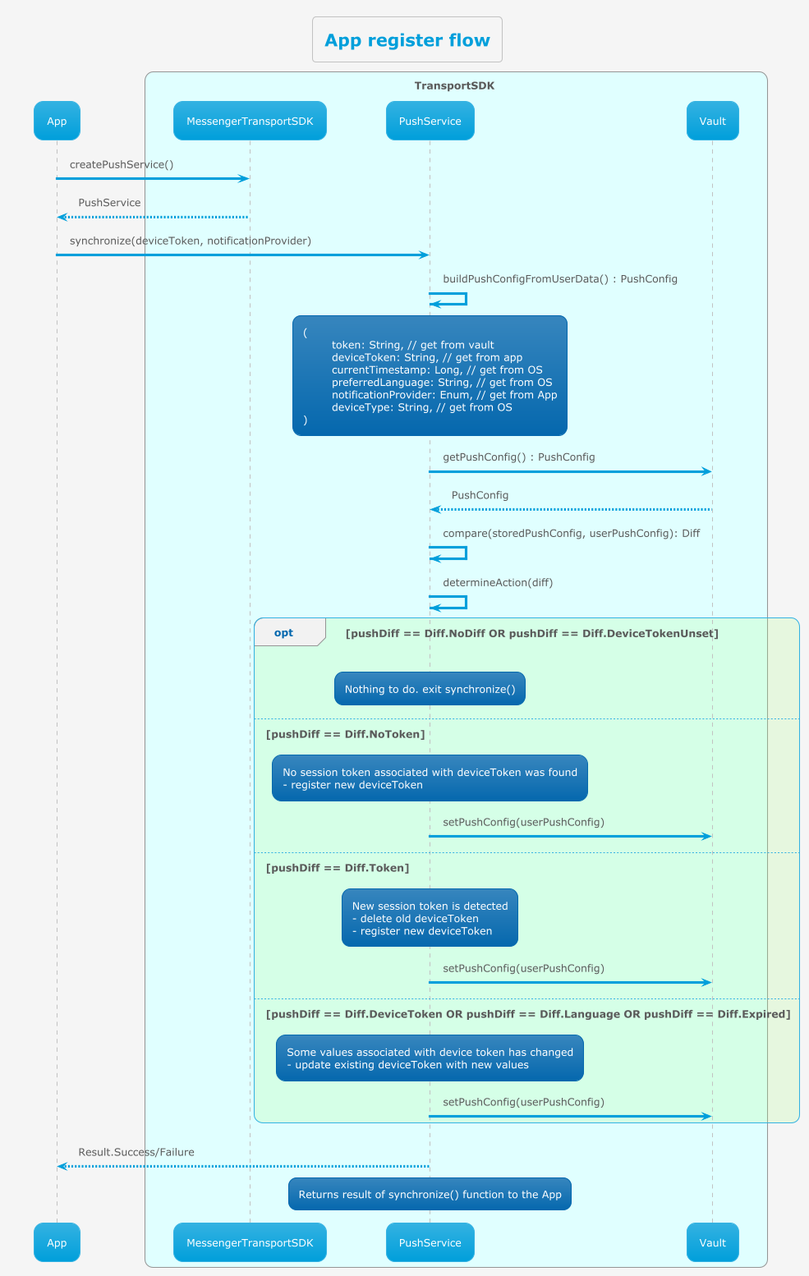
MyPureCloud/genesys-messenger-transport-mobile-sdk keeps this PlantUML diagram as transport/uml/push/app_push_flow-App_register_flow.png. Above is the earlier version. Its diagram source:
```plantuml
@startuml

!theme bluegray
!pragma teoz true


skinparam backgroundColor #whitesmoke
title App register flow

participant App
box TransportSDK #lightcyan
participant MessengerTransportSDK
participant PushService
participant Vault

end box

	App -> MessengerTransportSDK : createPushService()
	MessengerTransportSDK --> App : PushService
	App -> PushService : synchronize(deviceToken, notificationProvider)
	PushService -> PushService : buildPushConfigFromUserData() : PushConfig
		rnote over PushService
    	(
    		token: String, // get from vault
    		deviceToken: String, // get from app
    		currentTimestamp: Long, // get from OS
    		preferredLanguage: String, // get from OS
    		notificationProvider: Enum, // get from App
    		deviceType: String, // get from OS
    	)
    	end rnote

	PushService -> Vault : getPushConfig() : PushConfig
	Vault --> PushService : PushConfig
    PushService -> PushService : compare(storedPushConfig, userPushConfig): Diff
	PushService -> PushService : determineAction(diff)

    opt #aaff8833 pushDiff == Diff.NoDiff OR pushDiff == Diff.DeviceTokenUnset
         rnote over PushService
         Nothing to do. exit synchronize()
         end rnote
	else pushDiff == Diff.NoToken
	    rnote over PushService
        No session token associated with deviceToken was found
        - register new deviceToken
        end rnote
        PushService -> Vault : setPushConfig(userPushConfig)
    else pushDiff == Diff.Token
        rnote over PushService
        New session token is detected
        - delete old deviceToken
        - register new deviceToken
        end rnote
        PushService -> Vault : setPushConfig(userPushConfig)
    else pushDiff == Diff.DeviceToken OR pushDiff == Diff.Language OR pushDiff == Diff.Expired
        rnote over PushService
        Some values associated with device token has changed
        - update existing deviceToken with new values
        end rnote
        PushService -> Vault : setPushConfig(userPushConfig)
    end
    PushService --> App : Result.Success/Failure
    rnote over PushService
    Returns result of synchronize() function to the App
    end rnote
@enduml
```
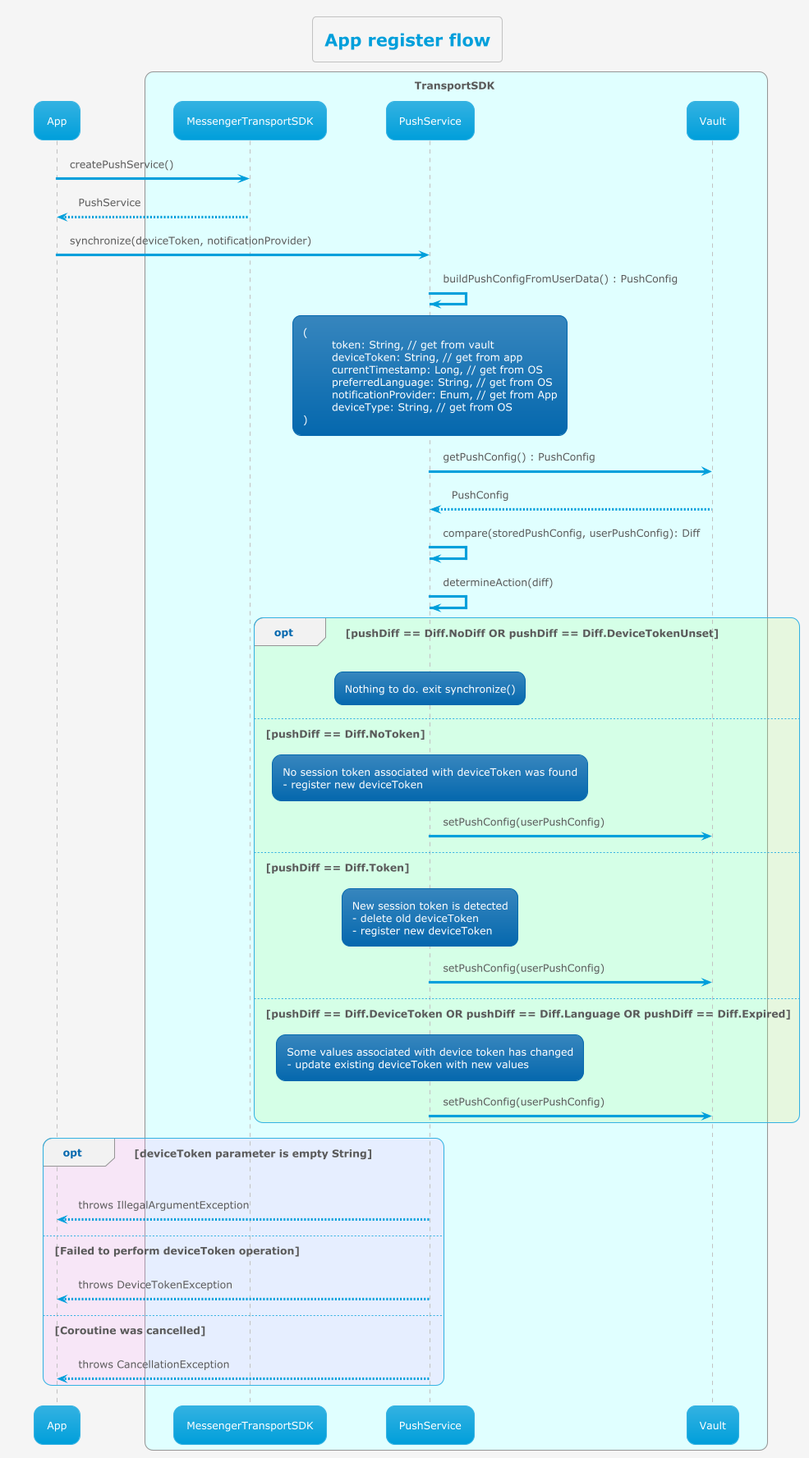
Later version of the same file.

The edit, as a diff of the source:
```diff
@@ -59,8 +59,10 @@
         end rnote
         PushService -> Vault : setPushConfig(userPushConfig)
     end
-    PushService --> App : Result.Success/Failure
-    rnote over PushService
-    Returns result of synchronize() function to the App
-    end rnote
+        opt #ffaaff33 deviceToken parameter is empty String
+            PushService --> App : throws IllegalArgumentException
+        else Failed to perform deviceToken operation
+            PushService --> App : throws DeviceTokenException
+        else Coroutine was cancelled
+            PushService --> App : throws CancellationException
 @enduml
```
